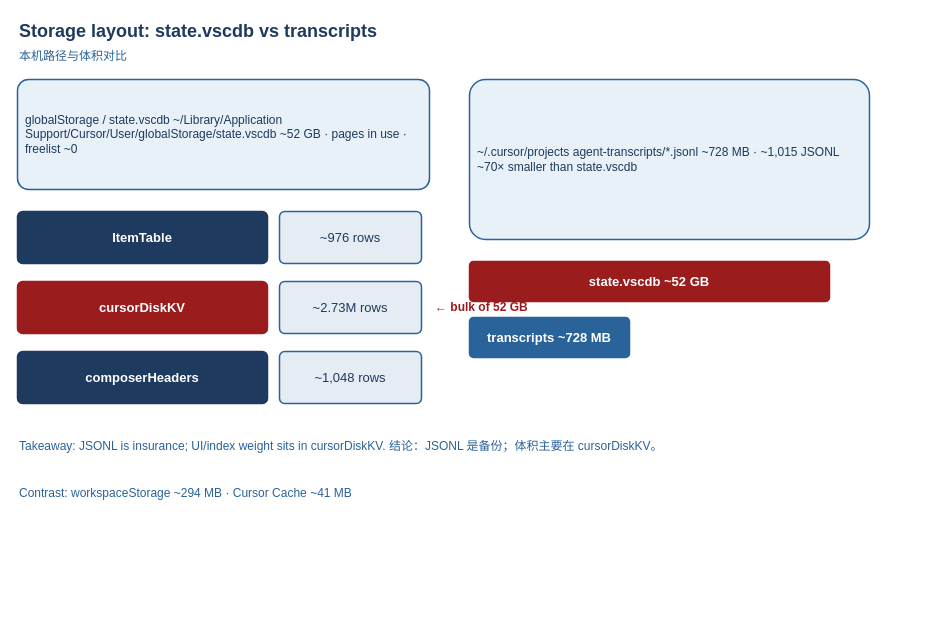
Above: figures/schematic/storage-layout/template.drawio in Xuzhen-Li/cursor-state-vscdb (draw.io), before the change. Source tidied: cells renumbered, new cells numbered last; positions are measured from the earlier drawing's top-left corner, leaving out a move shared by most shapes. Both pictures are drawn from the tidied source at 100%, with x=0, y=0 at pixel (17, 17).
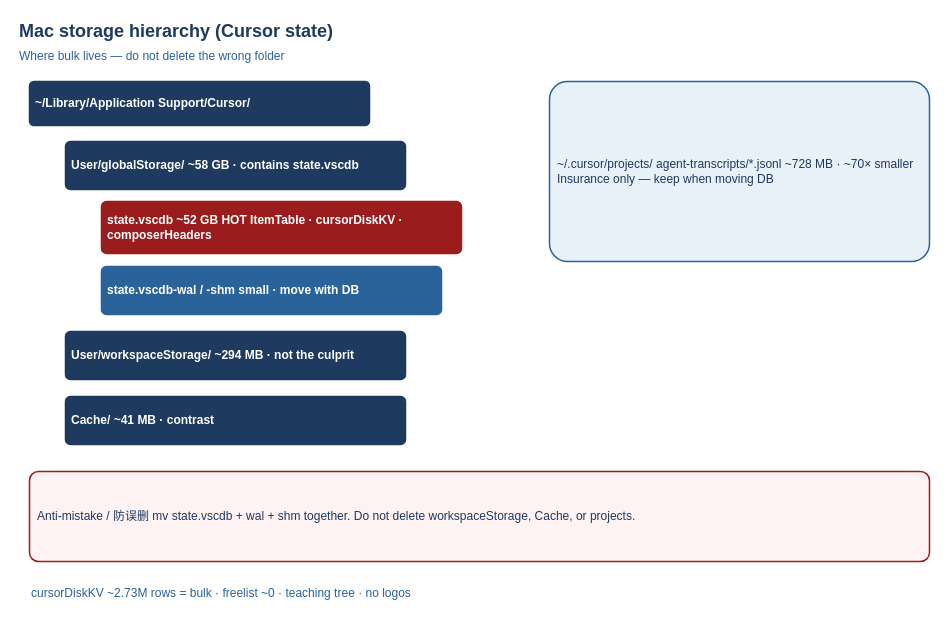
The same page after the edit.

Commit message (it also covers changes not shown here):
align storage-layout to Mac hierarchy tree (#5)

Diff of the diagram source:
```diff
@@
 <mxGraphModel>
   <root>
     <mxCell id="0" />
     <mxCell id="1" parent="0" />
-    <mxCell id="2" value="Storage layout: state.vscdb vs transcripts" style="text;html=1;strokeColor=none;fillColor=none;align=left;verticalAlign=middle;fontFamily=Arial;fontSize=18;fontStyle=1;fontColor=#1e3a5f;" parent="1" vertex="1">
-      <mxGeometry width="860" height="28" as="geometry" />
+    <mxCell id="2" value="Mac storage hierarchy (Cursor state)" style="text;html=1;strokeColor=none;fillColor=none;align=left;verticalAlign=middle;fontFamily=Arial;fontSize=18;fontStyle=1;fontColor=#1e3a5f;" parent="1" vertex="1">
+      <mxGeometry width="900" height="28" as="geometry" />
     </mxCell>
-    <mxCell id="3" value="本机路径与体积对比" style="text;html=1;strokeColor=none;fillColor=none;align=left;verticalAlign=middle;fontFamily=Arial;fontSize=12;fontColor=#2A629A;" parent="1" vertex="1">
-      <mxGeometry y="28" width="860" height="22" as="geometry" />
+    <mxCell id="3" value="Where bulk lives — do not delete the wrong folder" style="text;html=1;strokeColor=none;fillColor=none;align=left;verticalAlign=middle;fontFamily=Arial;fontSize=12;fontColor=#2A629A;" parent="1" vertex="1">
+      <mxGeometry y="28" width="900" height="22" as="geometry" />
     </mxCell>
-    <mxCell id="4" value="globalStorage / state.vscdb&amp;#xa;~/Library/Application Support/Cursor/User/globalStorage/state.vscdb&amp;#xa;~52 GB · pages in use · freelist ~0" style="rounded=1;whiteSpace=wrap;html=1;arcSize=10;strokeColor=#2A629A;strokeWidth=1.5;fillColor=#E8F0F8;fontFamily=Arial;fontSize=12;fontColor=#1e3a5f;align=left;spacing=8;" parent="1" vertex="1">
-      <mxGeometry y="62" width="412" height="110" as="geometry" />
+    <mxCell id="4" value="~/Library/Application Support/Cursor/" style="rounded=1;whiteSpace=wrap;html=1;arcSize=10;strokeColor=#1e3a5f;strokeWidth=1.5;fillColor=#1e3a5f;fontFamily=Arial;fontSize=12;fontColor=#FFFFFF;fontStyle=1;align=left;spacing=6;" parent="1" vertex="1">
+      <mxGeometry x="12" y="64" width="340" height="44" as="geometry" />
     </mxCell>
-    <mxCell id="5" value="ItemTable" style="rounded=1;whiteSpace=wrap;html=1;arcSize=10;strokeColor=#1e3a5f;strokeWidth=1.5;fillColor=#1e3a5f;fontFamily=Arial;fontSize=13;fontColor=#FFFFFF;fontStyle=1;align=center;verticalAlign=middle;" parent="1" vertex="1">
-      <mxGeometry y="194" width="250" height="52" as="geometry" />
+    <mxCell id="5" value="User/globalStorage/&amp;#xa;~58 GB · contains state.vscdb" style="rounded=1;whiteSpace=wrap;html=1;arcSize=10;strokeColor=#1e3a5f;strokeWidth=1.5;fillColor=#1e3a5f;fontFamily=Arial;fontSize=12;fontColor=#FFFFFF;fontStyle=1;align=left;spacing=6;" parent="1" vertex="1">
+      <mxGeometry x="48" y="124" width="340" height="48" as="geometry" />
     </mxCell>
-    <mxCell id="6" value="~976 rows" style="rounded=1;whiteSpace=wrap;html=1;arcSize=10;fillOpacity=12;strokeColor=#2A629A;strokeWidth=1.5;fillColor=#2A629A;fontFamily=Arial;fontSize=13;fontColor=#1e3a5f;align=center;verticalAlign=middle;" parent="1" vertex="1">
-      <mxGeometry x="262" y="194" width="142" height="52" as="geometry" />
+    <mxCell id="6" value="state.vscdb  ~52 GB  HOT&amp;#xa;ItemTable · cursorDiskKV · composerHeaders" style="rounded=1;whiteSpace=wrap;html=1;arcSize=10;strokeColor=#9B1C1C;strokeWidth=1.5;fillColor=#9B1C1C;fontFamily=Arial;fontSize=12;fontColor=#FFFFFF;fontStyle=1;align=left;spacing=6;" parent="1" vertex="1">
+      <mxGeometry x="84" y="184" width="360" height="52" as="geometry" />
     </mxCell>
-    <mxCell id="7" value="cursorDiskKV" style="rounded=1;whiteSpace=wrap;html=1;arcSize=10;strokeColor=#9B1C1C;strokeWidth=1.5;fillColor=#9B1C1C;fontFamily=Arial;fontSize=13;fontColor=#FFFFFF;fontStyle=1;align=center;verticalAlign=middle;" parent="1" vertex="1">
-      <mxGeometry y="264" width="250" height="52" as="geometry" />
+    <mxCell id="7" value="state.vscdb-wal / -shm&amp;#xa;small · move with DB" style="rounded=1;whiteSpace=wrap;html=1;arcSize=10;strokeColor=#2A629A;strokeWidth=1.5;fillColor=#2A629A;fontFamily=Arial;fontSize=12;fontColor=#FFFFFF;fontStyle=1;align=left;spacing=6;" parent="1" vertex="1">
+      <mxGeometry x="84" y="249" width="340" height="48" as="geometry" />
     </mxCell>
-    <mxCell id="8" value="~2.73M rows" style="rounded=1;whiteSpace=wrap;html=1;arcSize=10;fillOpacity=12;strokeColor=#2A629A;strokeWidth=1.5;fillColor=#2A629A;fontFamily=Arial;fontSize=13;fontColor=#1e3a5f;align=center;verticalAlign=middle;" parent="1" vertex="1">
-      <mxGeometry x="262" y="264" width="142" height="52" as="geometry" />
+    <mxCell id="8" value="User/workspaceStorage/&amp;#xa;~294 MB · not the culprit" style="rounded=1;whiteSpace=wrap;html=1;arcSize=10;strokeColor=#1e3a5f;strokeWidth=1.5;fillColor=#1e3a5f;fontFamily=Arial;fontSize=12;fontColor=#FFFFFF;fontStyle=1;align=left;spacing=6;" parent="1" vertex="1">
+      <mxGeometry x="48" y="314" width="340" height="48" as="geometry" />
     </mxCell>
-    <mxCell id="9" value="← bulk of 52 GB" style="text;html=1;strokeColor=none;fillColor=none;align=left;fontFamily=Arial;fontSize=12;fontStyle=1;fontColor=#9B1C1C;" parent="1" vertex="1">
-      <mxGeometry x="416" y="276" width="180" height="28" as="geometry" />
+    <mxCell id="9" value="Cache/&amp;#xa;~41 MB · contrast" style="rounded=1;whiteSpace=wrap;html=1;arcSize=10;strokeColor=#1e3a5f;strokeWidth=1.5;fillColor=#1e3a5f;fontFamily=Arial;fontSize=12;fontColor=#FFFFFF;fontStyle=1;align=left;spacing=6;" parent="1" vertex="1">
+      <mxGeometry x="48" y="379" width="340" height="48" as="geometry" />
     </mxCell>
-    <mxCell id="10" value="composerHeaders" style="rounded=1;whiteSpace=wrap;html=1;arcSize=10;strokeColor=#1e3a5f;strokeWidth=1.5;fillColor=#1e3a5f;fontFamily=Arial;fontSize=13;fontColor=#FFFFFF;fontStyle=1;align=center;verticalAlign=middle;" parent="1" vertex="1">
-      <mxGeometry y="334" width="250" height="52" as="geometry" />
+    <mxCell id="10" value="~/.cursor/projects/&amp;#xa;agent-transcripts/*.jsonl&amp;#xa;~728 MB · ~70× smaller&amp;#xa;Insurance only — keep when moving DB" style="rounded=1;whiteSpace=wrap;html=1;arcSize=10;strokeColor=#2A629A;strokeWidth=1.5;fillColor=#E8F0F8;fontFamily=Arial;fontSize=12;fontColor=#1e3a5f;align=left;spacing=8;" parent="1" vertex="1">
+      <mxGeometry x="532" y="64" width="380" height="180" as="geometry" />
     </mxCell>
-    <mxCell id="11" value="~1,048 rows" style="rounded=1;whiteSpace=wrap;html=1;arcSize=10;fillOpacity=12;strokeColor=#2A629A;strokeWidth=1.5;fillColor=#2A629A;fontFamily=Arial;fontSize=13;fontColor=#1e3a5f;align=center;verticalAlign=middle;" parent="1" vertex="1">
-      <mxGeometry x="262" y="334" width="142" height="52" as="geometry" />
+    <mxCell id="11" value="Anti-mistake / 防误删&amp;#xa;mv state.vscdb + wal + shm together.&amp;#xa;Do not delete workspaceStorage, Cache, or projects." style="rounded=1;whiteSpace=wrap;html=1;arcSize=10;strokeColor=#9B1C1C;strokeWidth=1.5;fillColor=#FEF2F2;fontFamily=Arial;fontSize=12;fontColor=#1e3a5f;align=left;spacing=8;" parent="1" vertex="1">
+      <mxGeometry x="12" y="454" width="900" height="90" as="geometry" />
     </mxCell>
-    <mxCell id="12" value="~/.cursor/projects&amp;#xa;agent-transcripts/*.jsonl&amp;#xa;~728 MB · ~1,015 JSONL&amp;#xa;~70× smaller than state.vscdb" style="rounded=1;whiteSpace=wrap;html=1;arcSize=10;strokeColor=#2A629A;strokeWidth=1.5;fillColor=#E8F0F8;fontFamily=Arial;fontSize=12;fontColor=#1e3a5f;align=left;spacing=8;" parent="1" vertex="1">
-      <mxGeometry x="452" y="62" width="400" height="160" as="geometry" />
+    <mxCell id="12" value="cursorDiskKV ~2.73M rows = bulk · freelist ~0 · teaching tree · no logos" style="text;html=1;strokeColor=none;fillColor=none;align=left;verticalAlign=middle;fontFamily=Arial;fontSize=12;fontColor=#2A629A;" parent="1" vertex="1">
+      <mxGeometry x="12" y="564" width="900" height="24" as="geometry" />
     </mxCell>
-    <mxCell id="13" value="state.vscdb ~52 GB" style="rounded=1;whiteSpace=wrap;html=1;arcSize=10;strokeColor=#9B1C1C;strokeWidth=1.5;fillColor=#9B1C1C;fontFamily=Arial;fontSize=13;fontColor=#FFFFFF;fontStyle=1;align=center;verticalAlign=middle;" parent="1" vertex="1">
-      <mxGeometry x="452" y="244" width="360" height="40" as="geometry" />
-    </mxCell>
-    <mxCell id="14" value="transcripts ~728 MB" style="rounded=1;whiteSpace=wrap;html=1;arcSize=10;strokeColor=#2A629A;strokeWidth=1.5;fillColor=#2A629A;fontFamily=Arial;fontSize=13;fontColor=#FFFFFF;fontStyle=1;align=center;verticalAlign=middle;" parent="1" vertex="1">
-      <mxGeometry x="452" y="300" width="160" height="40" as="geometry" />
-    </mxCell>
-    <mxCell id="15" value="Takeaway: JSONL is insurance; UI/index weight sits in cursorDiskKV.&amp;#xa;结论：JSONL 是备份；体积主要在 cursorDiskKV。" style="text;html=1;strokeColor=none;fillColor=none;align=left;verticalAlign=middle;fontFamily=Arial;fontSize=12;fontColor=#2A629A;" parent="1" vertex="1">
-      <mxGeometry y="404" width="852" height="50" as="geometry" />
-    </mxCell>
-    <mxCell id="16" value="Contrast: workspaceStorage ~294 MB · Cursor Cache ~41 MB" style="text;html=1;strokeColor=none;fillColor=none;align=left;verticalAlign=middle;fontFamily=Arial;fontSize=12;fontColor=#2A629A;" parent="1" vertex="1">
-      <mxGeometry y="464" width="852" height="24" as="geometry" />
-    </mxCell>
   </root>
 </mxGraphModel>
```
